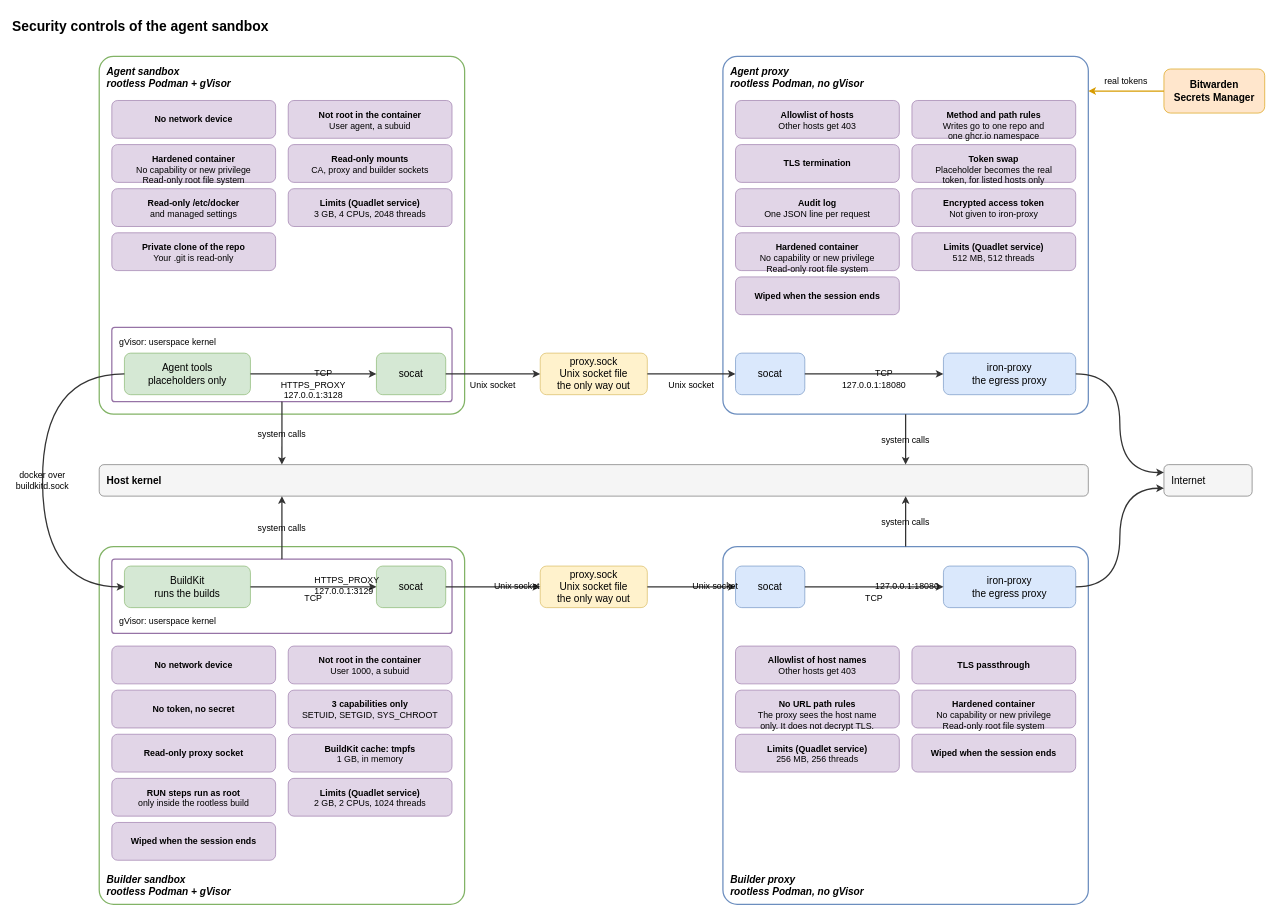
raghav19/engineersdaybook keeps this draw.io diagram as .sandbox/docs/diagrams/security-controls.drawio. Above is the earlier version. Source tidied: cells renumbered, new cells numbered last; positions are measured from the earlier drawing's top-left corner, leaving out a move shared by most shapes. Both pictures are drawn from the tidied source at 63%, with x=0, y=0 at pixel (11, 12).
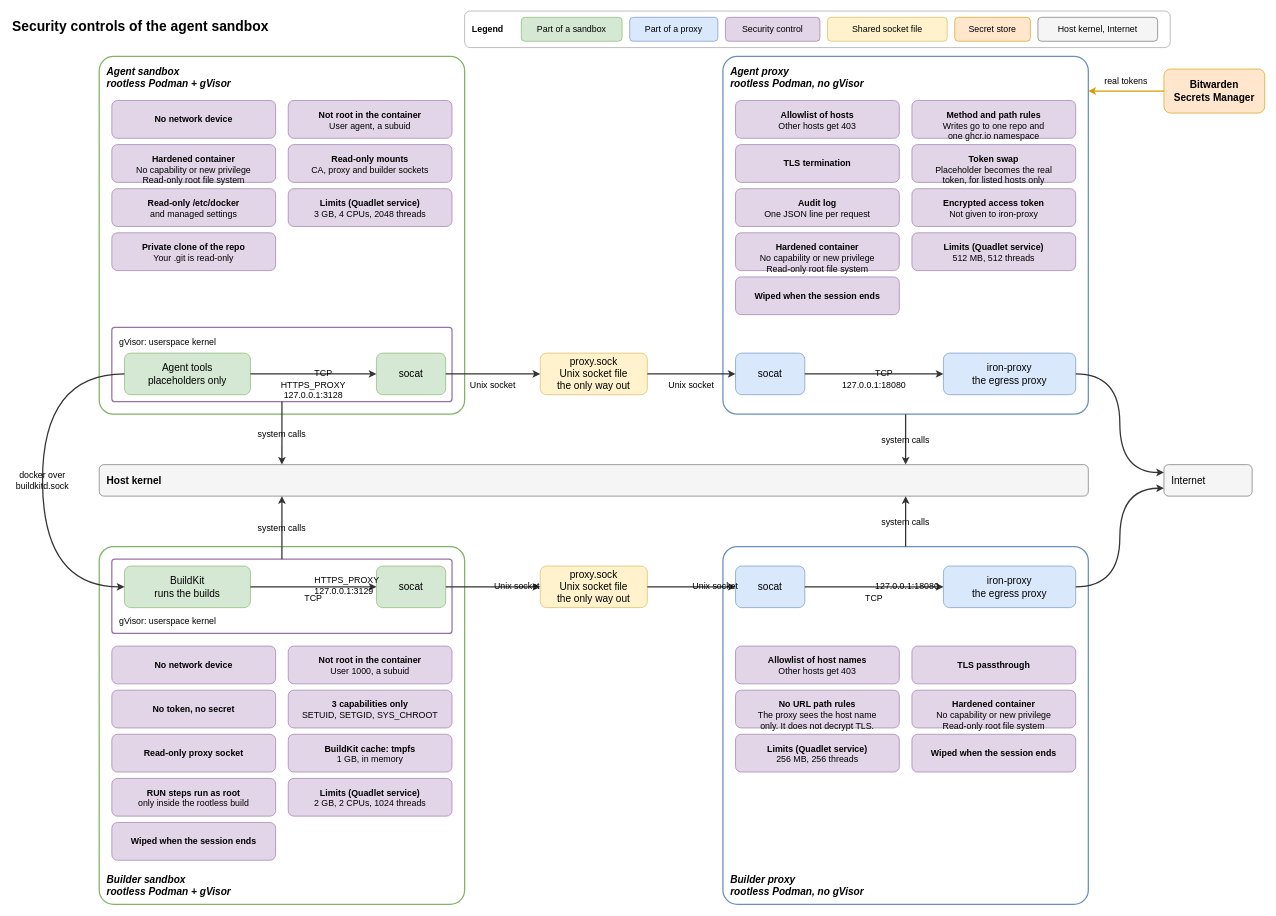
Above is the later version.

Commit message (it also covers changes not shown here):
sandbox: add a legend of the box colors to the controls diagram

The edit, as a diff of the source:
```diff
@@
+    <mxCell id="75" value="Legend" style="rounded=1;whiteSpace=wrap;html=0;fontSize=14;fillColor=#ffffff;strokeColor=#999999;fontStyle=1;align=left;spacingLeft=10;" parent="1" vertex="1">
+      <mxGeometry x="720" y="-2" width="1120" height="58" as="geometry" />
+    </mxCell>
+    <mxCell id="76" value="Part of a sandbox" style="rounded=1;whiteSpace=wrap;html=0;fontSize=14;fillColor=#d5e8d4;strokeColor=#82b366;" parent="1" vertex="1">
+      <mxGeometry x="810" y="8" width="160" height="38" as="geometry" />
+    </mxCell>
+    <mxCell id="77" value="Part of a proxy" style="rounded=1;whiteSpace=wrap;html=0;fontSize=14;fillColor=#dae8fc;strokeColor=#6c8ebf;" parent="1" vertex="1">
+      <mxGeometry x="982" y="8" width="140" height="38" as="geometry" />
+    </mxCell>
+    <mxCell id="78" value="Security control" style="rounded=1;whiteSpace=wrap;html=0;fontSize=14;fillColor=#e1d5e7;strokeColor=#9673a6;" parent="1" vertex="1">
+      <mxGeometry x="1134" y="8" width="150" height="38" as="geometry" />
+    </mxCell>
+    <mxCell id="79" value="Shared socket file" style="rounded=1;whiteSpace=wrap;html=0;fontSize=14;fillColor=#fff2cc;strokeColor=#d6b656;" parent="1" vertex="1">
+      <mxGeometry x="1296" y="8" width="190" height="38" as="geometry" />
+    </mxCell>
+    <mxCell id="80" value="Secret store" style="rounded=1;whiteSpace=wrap;html=0;fontSize=14;fillColor=#ffe6cc;strokeColor=#d79b00;" parent="1" vertex="1">
+      <mxGeometry x="1498" y="8" width="120" height="38" as="geometry" />
+    </mxCell>
+    <mxCell id="81" value="Host kernel, Internet" style="rounded=1;whiteSpace=wrap;html=0;fontSize=14;fillColor=#f5f5f5;strokeColor=#666666;" parent="1" vertex="1">
+      <mxGeometry x="1630" y="8" width="190" height="38" as="geometry" />
+    </mxCell>
```
